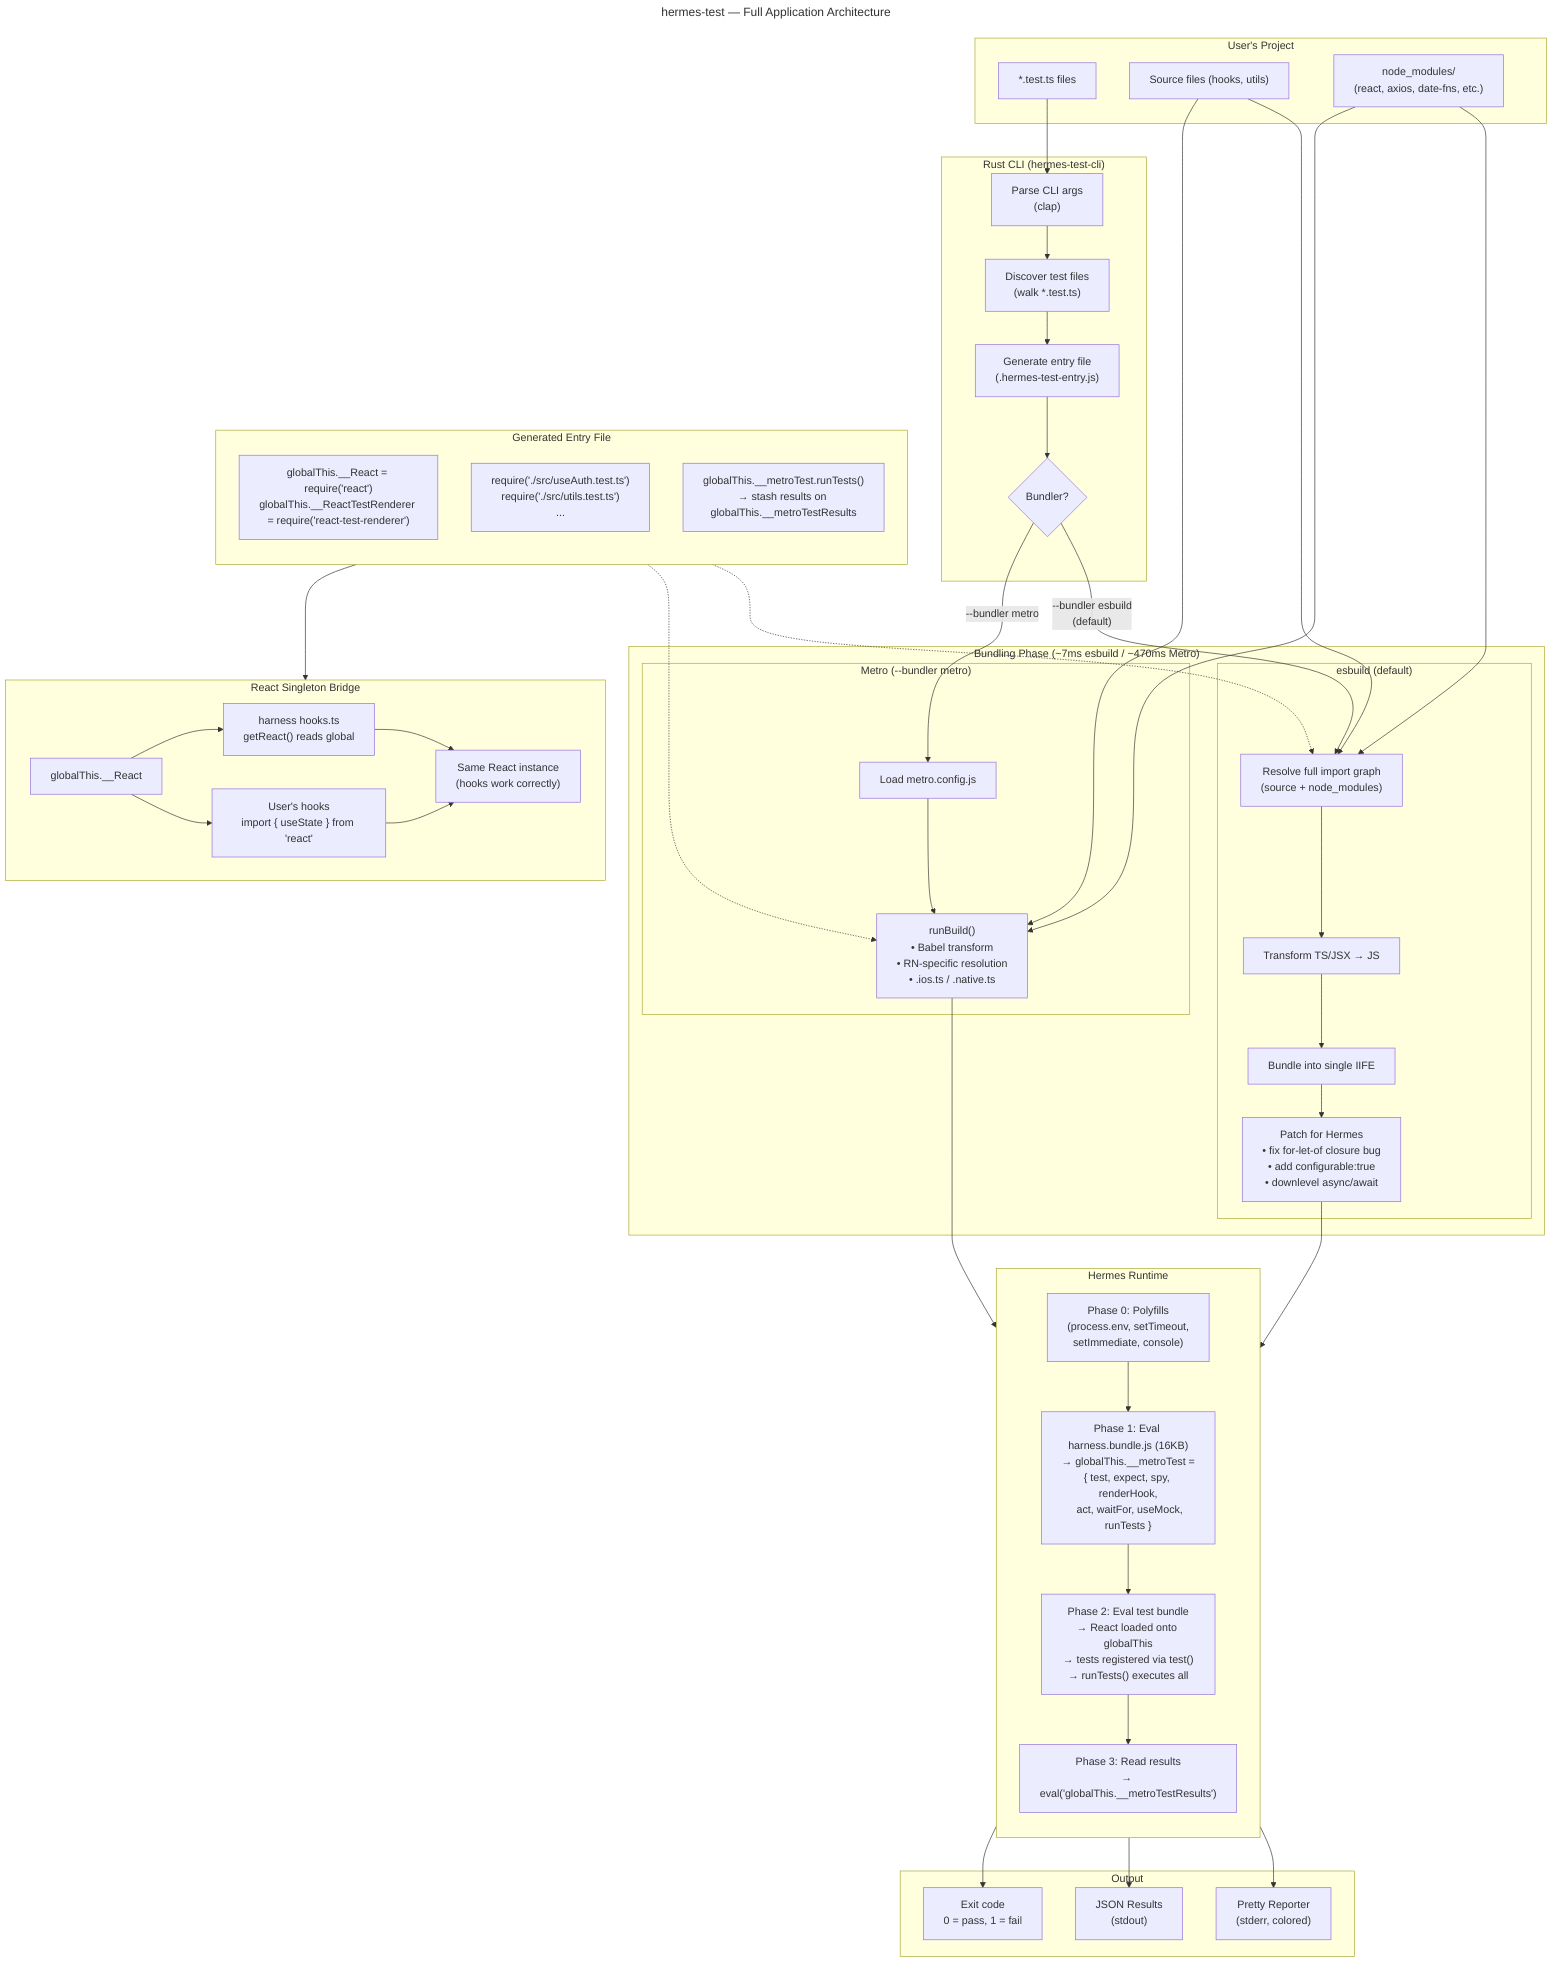
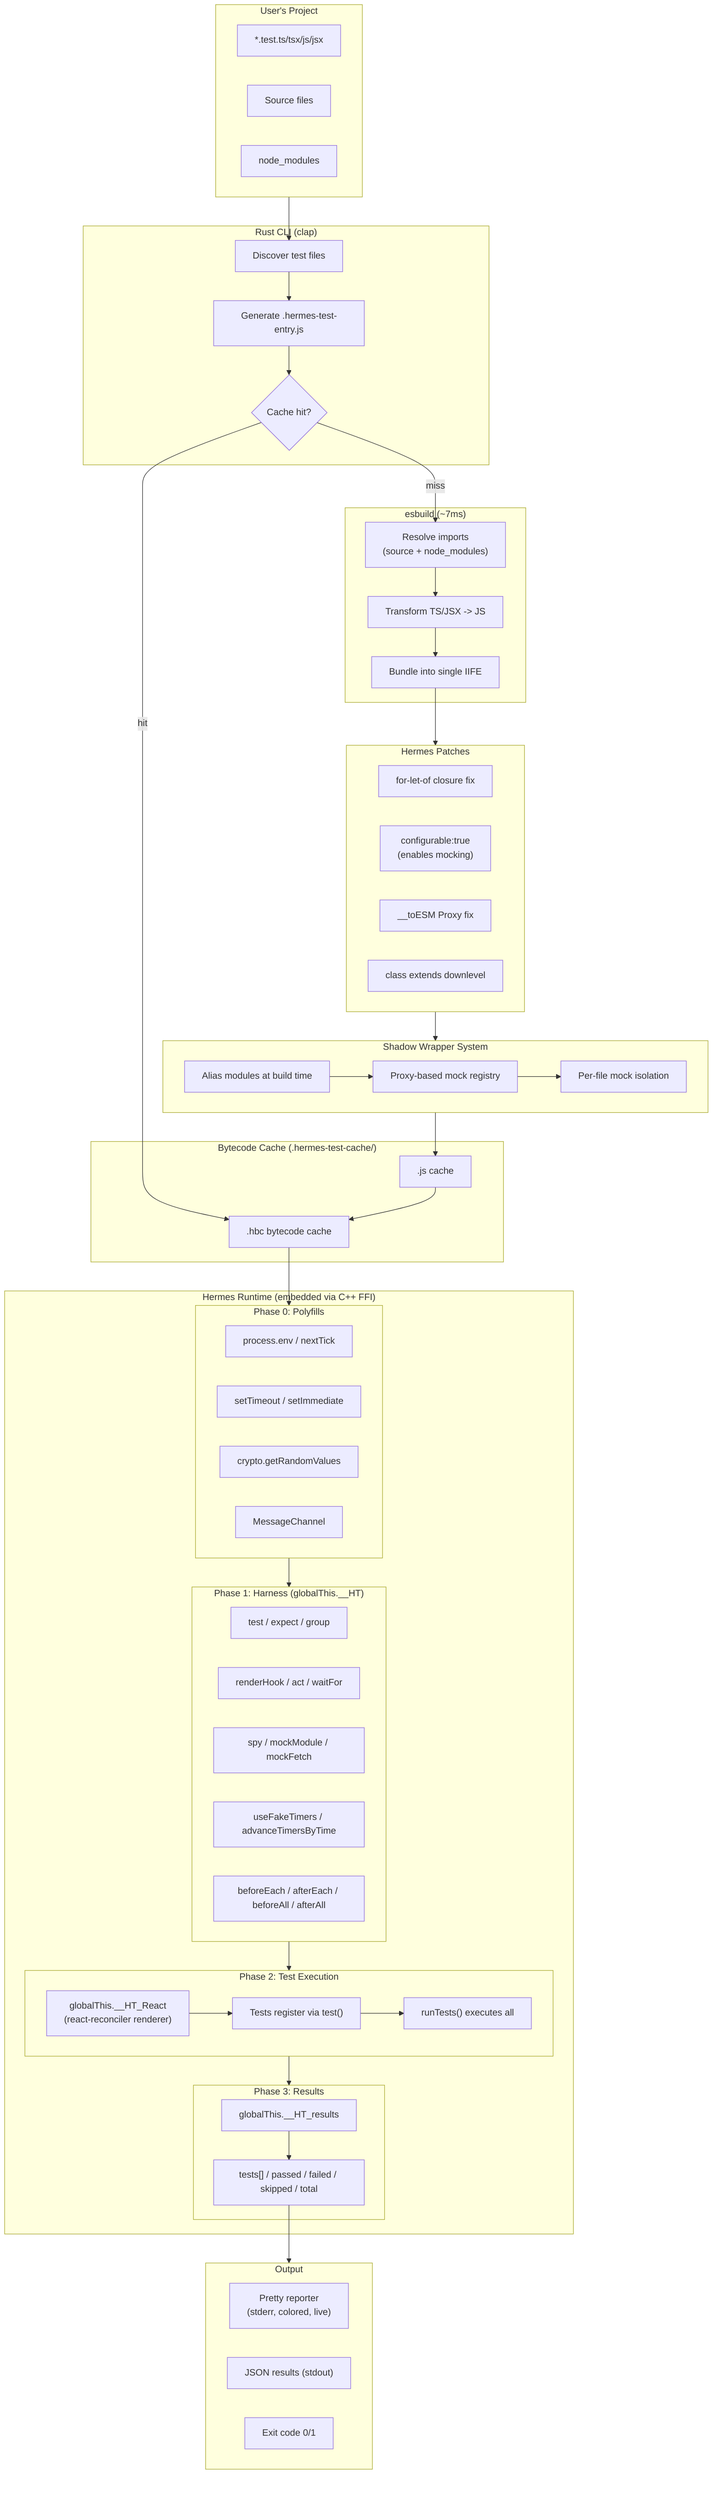
- ---
- title: hermes-test — Full Application Architecture
- ---
flowchart TB
-     subgraph USER["User's Project"]
-         TEST["*.test.ts files"]
-         SRC["Source files (hooks, utils)"]
-         NM["node_modules/\n(react, axios, date-fns, etc.)"]
+     subgraph PROJECT["User's Project"]
+         TEST["*.test.ts/tsx/js/jsx"]
+         SRC["Source files"]
+         NM["node_modules"]
    end

-     subgraph CLI["Rust CLI (hermes-test-cli)"]
-         PARSE["Parse CLI args\n(clap)"]
-         DISCOVER["Discover test files\n(walk *.test.ts)"]
-         ENTRY["Generate entry file\n(.hermes-test-entry.js)"]
-         CHOOSE{Bundler?}
+     subgraph CLI["Rust CLI (clap)"]
+         DISCOVER["Discover test files"]
+         ENTRY["Generate .hermes-test-entry.js"]
+         CACHE{Cache hit?}
+         DISCOVER --> ENTRY --> CACHE
    end

-     subgraph BUNDLE["Bundling Phase (~7ms esbuild / ~470ms Metro)"]
-         subgraph ESBUILD["esbuild (default)"]
-             EB_RESOLVE["Resolve full import graph\n(source + node_modules)"]
-             EB_TRANSFORM["Transform TS/JSX → JS"]
-             EB_BUNDLE["Bundle into single IIFE"]
-             EB_PATCH["Patch for Hermes\n• fix for-let-of closure bug\n• add configurable:true\n• downlevel async/await"]
-         end
-         subgraph METRO["Metro (--bundler metro)"]
-             M_CONFIG["Load metro.config.js"]
-             M_BUILD["runBuild()\n• Babel transform\n• RN-specific resolution\n• .ios.ts / .native.ts"]
-         end
+     subgraph BUNDLING["esbuild (~7ms)"]
+         RESOLVE["Resolve imports\n(source + node_modules)"]
+         TRANSFORM["Transform TS/JSX -> JS"]
+         BUNDLE["Bundle into single IIFE"]
+         RESOLVE --> TRANSFORM --> BUNDLE
    end

-     subgraph ENTRY_FILE["Generated Entry File"]
-         direction TB
-         BOOTSTRAP["globalThis.__React = require('react')\nglobalThis.__ReactTestRenderer = require('react-test-renderer')"]
-         IMPORTS["require('./src/useAuth.test.ts')\nrequire('./src/utils.test.ts')\n..."]
-         RUN["globalThis.__metroTest.runTests()\n→ stash results on globalThis.__metroTestResults"]
+     subgraph PATCHES["Hermes Patches"]
+         P1["for-let-of closure fix"]
+         P2["configurable:true\n(enables mocking)"]
+         P3["__toESM Proxy fix"]
+         P4["class extends downlevel"]
    end

-     subgraph HERMES["Hermes Runtime"]
-         direction TB
-         POLYFILLS["Phase 0: Polyfills\n(process.env, setTimeout,\nsetImmediate, console)"]
-         HARNESS["Phase 1: Eval harness.bundle.js (16KB)\n→ globalThis.__metroTest =\n{ test, expect, spy, renderHook,\n  act, waitFor, useMock, runTests }"]
-         EVAL_BUNDLE["Phase 2: Eval test bundle\n→ React loaded onto globalThis\n→ tests registered via test()\n→ runTests() executes all"]
-         RESULTS["Phase 3: Read results\n→ eval('globalThis.__metroTestResults')"]
+     subgraph MOCKING["Shadow Wrapper System"]
+         SHADOW["Alias modules at build time"]
+         PROXY["Proxy-based mock registry"]
+         ISOLATION["Per-file mock isolation"]
+         SHADOW --> PROXY --> ISOLATION
    end

-     subgraph REACT_BRIDGE["React Singleton Bridge"]
-         direction LR
-         GLOBAL_R["globalThis.__React"]
-         HARNESS_READ["harness hooks.ts\ngetReact() reads global"]
-         USER_CODE["User's hooks\nimport { useState } from 'react'"]
-         SAME["Same React instance\n(hooks work correctly)"]
+     subgraph BYTECODE["Bytecode Cache (.hermes-test-cache/)"]
+         JS_CACHE[".js cache"]
+         HBC_CACHE[".hbc bytecode cache"]
+     end
+ 
+     subgraph HERMES["Hermes Runtime (embedded via C++ FFI)"]
+         subgraph POLYFILLS["Phase 0: Polyfills"]
+             POL1["process.env / nextTick"]
+             POL2["setTimeout / setImmediate"]
+             POL3["crypto.getRandomValues"]
+             POL4["MessageChannel"]
+         end
+ 
+         subgraph HARNESS["Phase 1: Harness (globalThis.__HT)"]
+             H_TEST["test / expect / group"]
+             H_HOOKS["renderHook / act / waitFor"]
+             H_MOCK["spy / mockModule / mockFetch"]
+             H_TIMER["useFakeTimers / advanceTimersByTime"]
+             H_LIFE["beforeEach / afterEach / beforeAll / afterAll"]
+         end
+ 
+         subgraph EXECUTION["Phase 2: Test Execution"]
+             REACT["globalThis.__HT_React\n(react-reconciler renderer)"]
+             REGISTER["Tests register via test()"]
+             RUN["runTests() executes all"]
+             REACT --> REGISTER --> RUN
+         end
+ 
+         subgraph RESULTS["Phase 3: Results"]
+             COLLECT["globalThis.__HT_results"]
+             DATA["tests[] / passed / failed / skipped / total"]
+             COLLECT --> DATA
+         end
+ 
+         POLYFILLS --> HARNESS --> EXECUTION --> RESULTS
    end

    subgraph OUTPUT["Output"]
-         PRETTY["Pretty Reporter\n(stderr, colored)"]
-         JSON_OUT["JSON Results\n(stdout)"]
-         EXIT["Exit code\n0 = pass, 1 = fail"]
+         PRETTY["Pretty reporter\n(stderr, colored, live)"]
+         JSON_OUT["JSON results (stdout)"]
+         EXIT["Exit code 0/1"]
    end

-     TEST --> PARSE
-     PARSE --> DISCOVER
-     DISCOVER --> ENTRY
-     ENTRY --> CHOOSE
+     PROJECT --> DISCOVER

-     CHOOSE -->|"--bundler esbuild\n(default)"| EB_RESOLVE
-     CHOOSE -->|"--bundler metro"| M_CONFIG
+     CACHE -->|"miss"| RESOLVE
+     CACHE -->|"hit"| HBC_CACHE

-     EB_RESOLVE --> EB_TRANSFORM
-     SRC --> EB_RESOLVE
-     NM --> EB_RESOLVE
-     EB_TRANSFORM --> EB_BUNDLE
-     EB_BUNDLE --> EB_PATCH
+     BUNDLE --> PATCHES
+     PATCHES --> MOCKING
+     MOCKING --> JS_CACHE
+     JS_CACHE --> HBC_CACHE

-     M_CONFIG --> M_BUILD
-     SRC --> M_BUILD
-     NM --> M_BUILD
+     HBC_CACHE --> POLYFILLS

-     ENTRY_FILE -.-> EB_RESOLVE
-     ENTRY_FILE -.-> M_BUILD
- 
-     EB_PATCH --> POLYFILLS
-     M_BUILD --> POLYFILLS
- 
-     POLYFILLS --> HARNESS
-     HARNESS --> EVAL_BUNDLE
-     EVAL_BUNDLE --> RESULTS
- 
-     BOOTSTRAP --> GLOBAL_R
-     GLOBAL_R --> HARNESS_READ
-     GLOBAL_R --> USER_CODE
-     HARNESS_READ --> SAME
-     USER_CODE --> SAME
- 
-     RESULTS --> PRETTY
-     RESULTS --> JSON_OUT
-     RESULTS --> EXIT
+     DATA --> OUTPUT
